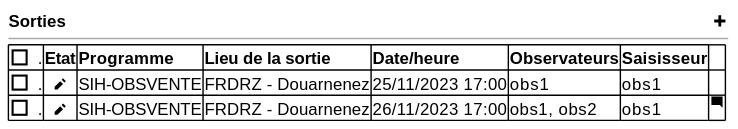
This is projects/obsvente/spe/images/observed-location-table.svg from sumaris-net/sumaris-doc, a PlantUML export, as it was before one commit. Its diagram source:
```plantuml
@startsalt
{
  <b>Sorties                                                                                                                                                          <&plus>
  --
	{#

     [ ]. | <b>Etat | <b>Programme | <b>Lieu de la sortie | <b>Date/heure | <b>Observateurs | <b>Saisisseur | .
     [ ]. | <b>  <&pencil> | SIH-OBSVENTE | FRDRZ - Douarnenez | 25/11/2023 17:00 | obs1 | obs1
     [ ]. | <b>  <&pencil> | SIH-OBSVENTE | FRDRZ - Douarnenez | 26/11/2023 17:00 | obs1, obs2 | obs1 | <&comment-square>
    }

}
@endsalt
```
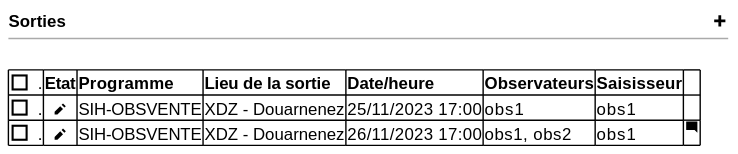
Later version of the same file.

Change to the diagram source:
```diff
@@ -2,11 +2,12 @@
 {
   <b>Sorties                                                                                                                                                          <&plus>
   --
+  .
 	{#
 
      [ ]. | <b>Etat | <b>Programme | <b>Lieu de la sortie | <b>Date/heure | <b>Observateurs | <b>Saisisseur | .
-     [ ]. | <b>  <&pencil> | SIH-OBSVENTE | FRDRZ - Douarnenez | 25/11/2023 17:00 | obs1 | obs1
-     [ ]. | <b>  <&pencil> | SIH-OBSVENTE | FRDRZ - Douarnenez | 26/11/2023 17:00 | obs1, obs2 | obs1 | <&comment-square>
+     [ ]. | <b>  <&pencil> | SIH-OBSVENTE | XDZ - Douarnenez | 25/11/2023 17:00 | obs1 | obs1
+     [ ]. | <b>  <&pencil> | SIH-OBSVENTE | XDZ - Douarnenez | 26/11/2023 17:00 | obs1, obs2 | obs1 | <&comment-square>
     }
 
 }
```
